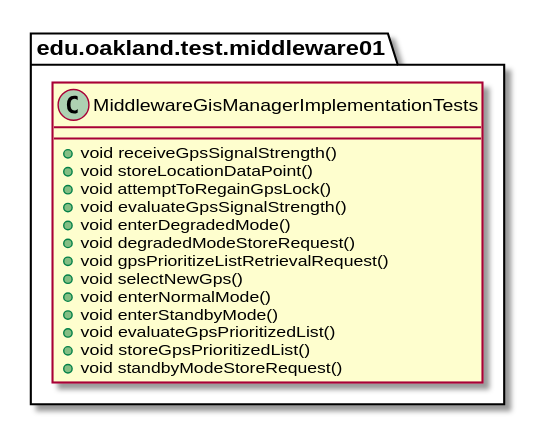
This is docs/uml-class-diagrams/middleware01/test/MiddlewareGisManagerImplementationTests/MiddlewareGisManagerImplementationTests.svg from elilley15/csi-3370-software-project, a PlantUML export, as it was before one commit.
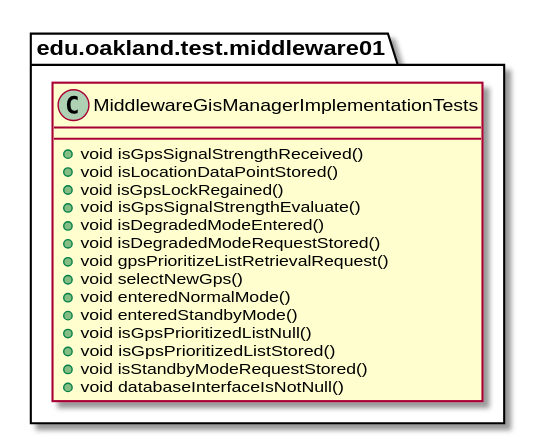
After the commit.

Change to the diagram source:
```diff
@@ -2,19 +2,20 @@
 
 package edu.oakland.test.middleware01 {
   class MiddlewareGisManagerImplementationTests {
-    + void receiveGpsSignalStrength()
-    + void storeLocationDataPoint()
-    + void attemptToRegainGpsLock()
-    + void evaluateGpsSignalStrength()
-    + void enterDegradedMode()
-    + void degradedModeStoreRequest()
+    + void isGpsSignalStrengthReceived()
+    + void isLocationDataPointStored()
+    + void isGpsLockRegained()
+    + void isGpsSignalStrengthEvaluate()
+    + void isDegradedModeEntered()
+    + void isDegradedModeRequestStored()
     + void gpsPrioritizeListRetrievalRequest()
     + void selectNewGps()
-    + void enterNormalMode()
-    + void enterStandbyMode()
-    + void evaluateGpsPrioritizedList()
-    + void storeGpsPrioritizedList()
-    + void standbyModeStoreRequest()
+    + void enteredNormalMode()
+    + void enteredStandbyMode()
+    + void isGpsPrioritizedListNull()
+    + void isGpsPrioritizedListStored()
+    + void isStandbyModeRequestStored()
+    + void databaseInterfaceIsNotNull()
   }
 }
 
```
